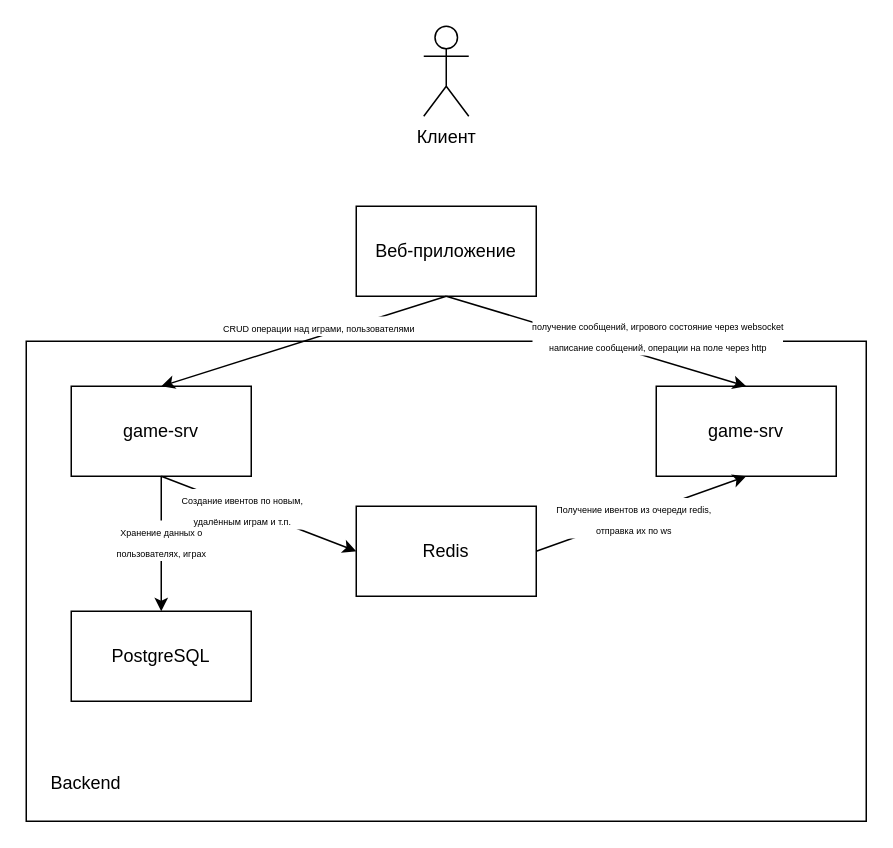
This is docs/diagram.drawio from SgffCTF/ms4me, a draw.io file, before an edit. Source tidied: cells renumbered, new cells numbered last; positions are measured from the earlier drawing's top-left corner, leaving out a move shared by most shapes. Both pictures are drawn from the tidied source at 150%, with x=0, y=0 at pixel (26, 26).
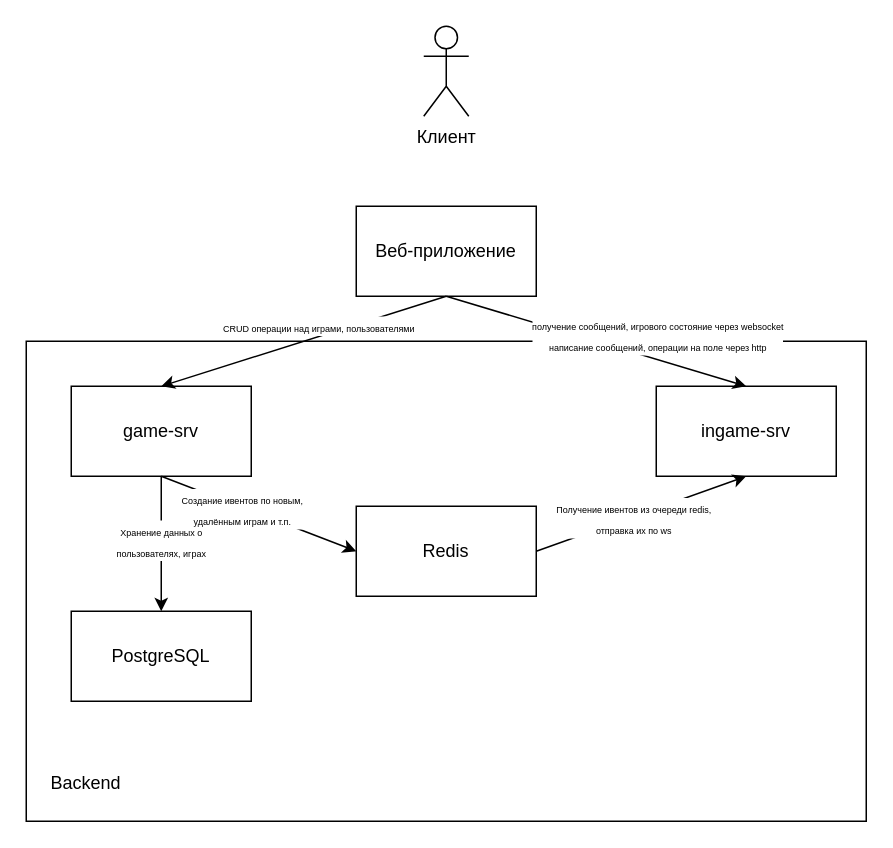
The same diagram, later.

Commit message (it also covers changes not shown here):
fix diagram & auth event

Change to the diagram source:
```diff
@@
-    <mxCell id="11" value="game-srv" style="rounded=0;whiteSpace=wrap;html=1;" parent="1" vertex="1">
+    <mxCell id="11" value="&lt;div&gt;ingame-srv&lt;/div&gt;" style="rounded=0;whiteSpace=wrap;html=1;" parent="1" vertex="1">
       <mxGeometry x="420" y="240" width="120" height="60" as="geometry" />
     </mxCell>
```
